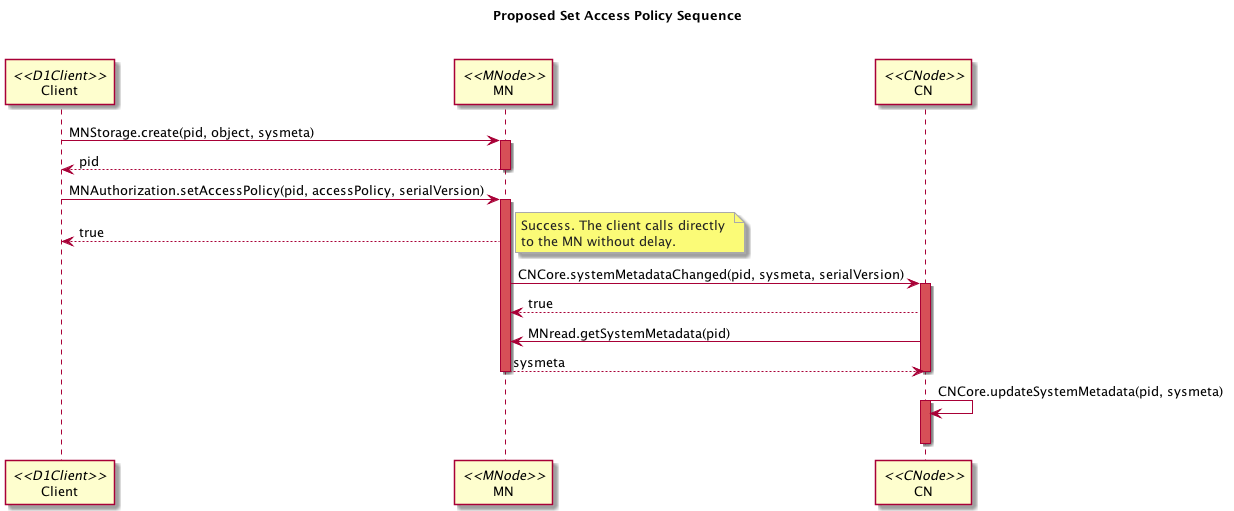
DataONEorg/api-documentation keeps this PlantUML diagram as source/design/images/sysmeta_mn_control.png. Above is the earlier version. Its diagram source:
```plantuml
@startuml images/sysmeta_mn_control.png
skinparam notebordercolor #AAAAAA
skinparam notefontcolor #222222
title Proposed Set Access Policy Sequence\n\n
participant "Client" as Client <<D1Client>>
participant "MN" as MN <<MNode>>
participant "CN" as CN <<CNode>>
Client -> MN : MNStorage.create(pid, object, sysmeta)
activate MN #D74F57
MN --> Client : pid
deactivate MN
Client -> MN : MNAuthorization.setAccessPolicy(pid, accessPolicy, serialVersion)
activate MN #D74F57
MN --> Client :    true
note right
  Success. The client calls directly
  to the MN without delay.
end note
MN -> CN : CNCore.systemMetadataChanged(pid, sysmeta, serialVersion)
activate CN #D74F57
CN --> MN : true
CN -> MN : MNread.getSystemMetadata(pid)
MN --> CN : sysmeta
deactivate CN
deactivate MN
CN -> CN : CNCore.updateSystemMetadata(pid, sysmeta)
activate CN #D74F57
deactivate CN
@enduml
```
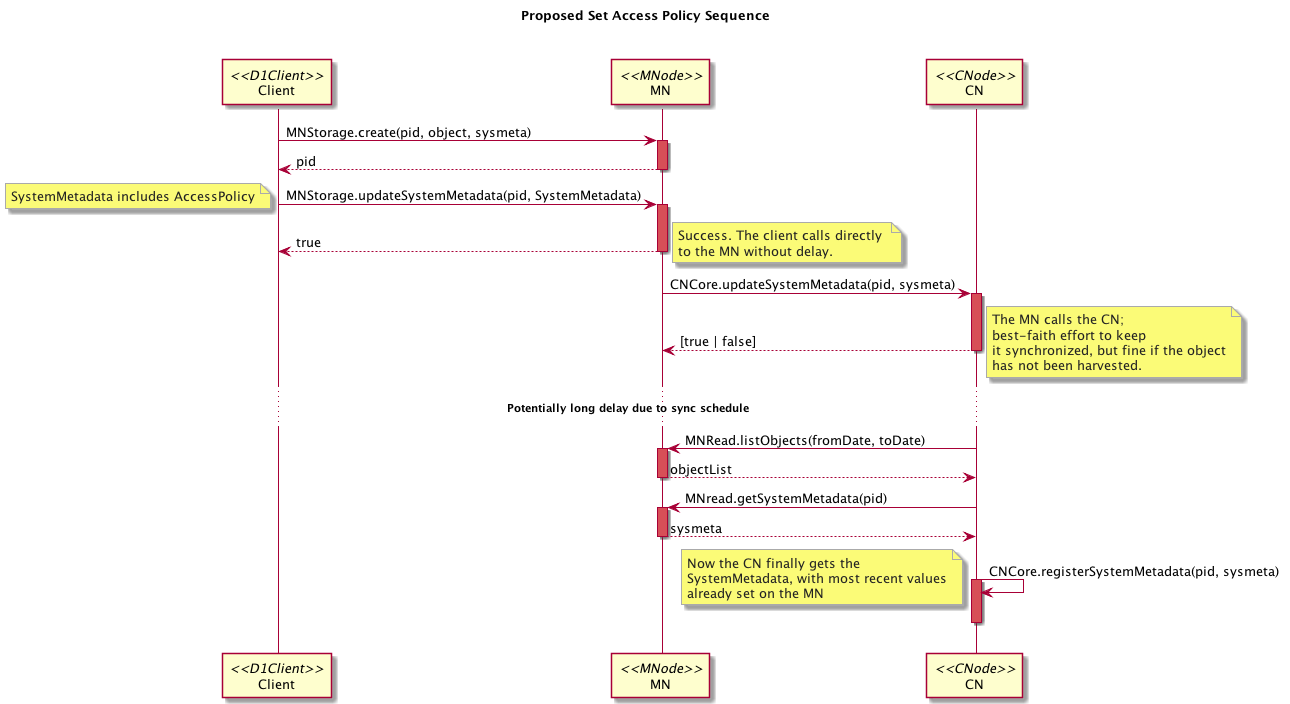
The same diagram one commit later.

Change to the diagram source:
```diff
@@ -9,21 +9,45 @@
 activate MN #D74F57
 MN --> Client : pid
 deactivate MN
-Client -> MN : MNAuthorization.setAccessPolicy(pid, accessPolicy, serialVersion)
+Client -> MN : MNStorage.updateSystemMetadata(pid, SystemMetadata)
+note left
+	SystemMetadata includes AccessPolicy
+end note
 activate MN #D74F57
 MN --> Client :    true
 note right
   Success. The client calls directly
   to the MN without delay.
 end note
-MN -> CN : CNCore.systemMetadataChanged(pid, sysmeta, serialVersion)
+   deactivate MN
+
+MN -> CN : CNCore.updateSystemMetadata(pid, sysmeta)
 activate CN #D74F57
-CN --> MN : true
+CN --> MN :    [true | false]
+deactivate CN
+note right
+  The MN calls the CN;
+  best-faith effort to keep
+  it synchronized, but fine if the object
+  has not been harvested.
+end note
+
+... <b>Potentially long delay due to sync schedule</b> ...
+CN -> MN : MNRead.listObjects(fromDate, toDate)
+activate MN #D74F57
+MN --> CN : objectList
+deactivate MN
 CN -> MN : MNread.getSystemMetadata(pid)
+activate MN #D74F57
 MN --> CN : sysmeta
-deactivate CN
 deactivate MN
-CN -> CN : CNCore.updateSystemMetadata(pid, sysmeta)
+CN -> CN : CNCore.registerSystemMetadata(pid, sysmeta)
 activate CN #D74F57
 deactivate CN
+note left
+  Now the CN finally gets the
+  SystemMetadata, with most recent values
+  already set on the MN
+end note
+
 @enduml
```
